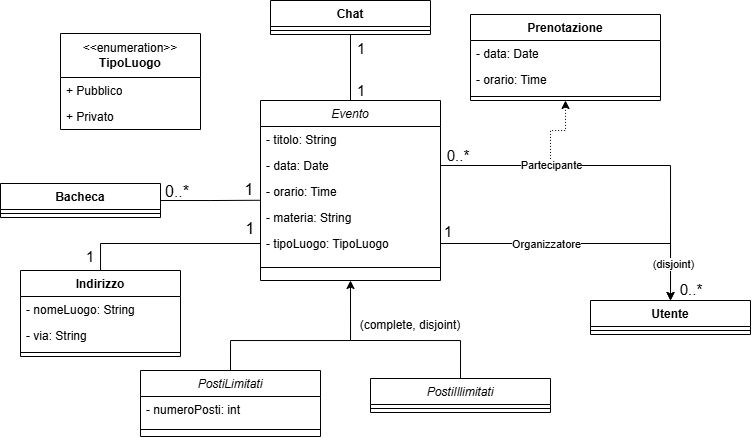
The draw.io diagram latex/images/modello-del-dominio-evento.png in federicoporpora/studyLink, before a commit. Source tidied: cells renumbered, new cells last; positions are measured from the earlier drawing's top-left corner, leaving out a move shared by most shapes.
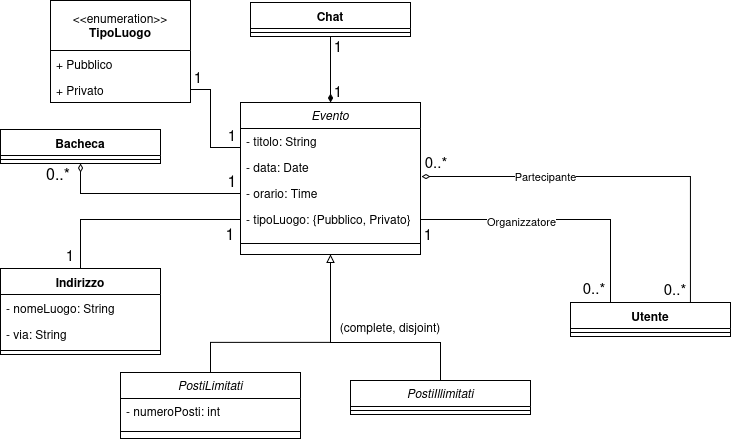
Later version of the same file.

What changed in the source:
```diff
@@ -11,43 +11,29 @@
         </Array>
       </mxGeometry>
     </mxCell>
-    <mxCell id="3" style="edgeStyle=orthogonalEdgeStyle;rounded=0;jettySize=auto;html=1;exitX=0.5;exitY=0;exitDx=0;exitDy=0;entryX=0.5;entryY=1;entryDx=0;entryDy=0;endArrow=none;endFill=0;" parent="1" edge="1" source="4" target="28">
-      <mxGeometry relative="1" as="geometry" />
-    </mxCell>
     <mxCell id="4" value="Evento" style="swimlane;fontStyle=2;align=center;verticalAlign=top;horizontal=1;startSize=26;rounded=0;shadow=0;strokeWidth=1;" parent="1" vertex="1">
-      <mxGeometry x="260" y="100" width="180" height="180" as="geometry" />
+      <mxGeometry x="260" y="100" width="180" height="152" as="geometry" />
     </mxCell>
     <mxCell id="5" value="- titolo: String" style="text;align=left;verticalAlign=top;spacingLeft=4;spacingRight=4;overflow=hidden;" parent="4" vertex="1">
       <mxGeometry y="26" width="180" height="26" as="geometry" />
     </mxCell>
-    <mxCell id="6" style="edgeStyle=orthogonalEdgeStyle;rounded=0;jettySize=auto;html=1;exitX=1;exitY=0.5;exitDx=0;exitDy=0;" parent="4" edge="1" source="8">
-      <mxGeometry relative="1" as="geometry">
-        <mxPoint x="410" y="200" as="targetPoint" />
-      </mxGeometry>
-    </mxCell>
-    <mxCell id="7" value="Partecipante" style="edgeLabel;html=1;align=center;verticalAlign=middle;" parent="6" vertex="1">
-      <mxGeometry x="-0.39" relative="1" as="geometry" />
-    </mxCell>
     <mxCell id="8" value="- data: Date" style="text;align=left;verticalAlign=top;spacingLeft=4;spacingRight=4;overflow=hidden;points=[[0,0.5],[1,0.5]];portConstraint=eastwest;rounded=0;shadow=0;html=0;" parent="4" vertex="1">
       <mxGeometry y="52" width="180" height="26" as="geometry" />
     </mxCell>
     <mxCell id="9" value="- orario: Time" style="text;align=left;verticalAlign=top;spacingLeft=4;spacingRight=4;overflow=hidden;points=[[0,0.5],[1,0.5]];portConstraint=eastwest;rounded=0;shadow=0;html=0;" parent="4" vertex="1">
       <mxGeometry y="78" width="180" height="26" as="geometry" />
     </mxCell>
-    <mxCell id="10" value="- materia: String" style="text;align=left;verticalAlign=top;spacingLeft=4;spacingRight=4;overflow=hidden;rounded=0;shadow=0;html=0;" parent="4" vertex="1">
-      <mxGeometry y="104" width="180" height="26" as="geometry" />
-    </mxCell>
-    <mxCell id="11" value="- tipoLuogo: TipoLuogo" style="text;align=left;verticalAlign=top;spacingLeft=4;spacingRight=4;overflow=hidden;points=[[0,0.5],[1,0.5]];portConstraint=eastwest;rounded=0;shadow=0;html=0;" parent="4" vertex="1">
-      <mxGeometry y="130" width="180" height="26" as="geometry" />
+    <mxCell id="11" value="- tipoLuogo: {Pubblico, Privato}" style="text;align=left;verticalAlign=top;spacingLeft=4;spacingRight=4;overflow=hidden;points=[[0,0.5],[1,0.5]];portConstraint=eastwest;rounded=0;shadow=0;html=0;" parent="4" vertex="1">
+      <mxGeometry y="104" width="180" height="26" as="geometry" />
     </mxCell>
     <mxCell id="12" style="line;html=1;strokeWidth=1;align=left;verticalAlign=middle;spacingTop=-1;spacingLeft=3;spacingRight=3;labelPosition=right;" parent="4" vertex="1">
-      <mxGeometry y="156" width="180" height="22" as="geometry" />
+      <mxGeometry y="130" width="180" height="22" as="geometry" />
     </mxCell>
     <mxCell id="13" style="edgeStyle=orthogonalEdgeStyle;rounded=0;jettySize=auto;html=1;entryX=0;entryY=0.5;entryDx=0;entryDy=0;endArrow=none;endFill=0;" parent="1" edge="1" source="14" target="11">
       <mxGeometry relative="1" as="geometry" />
     </mxCell>
     <mxCell id="14" value="Indirizzo" style="swimlane;fontStyle=1;align=center;verticalAlign=top;horizontal=1;startSize=26;whiteSpace=wrap;html=1;" parent="1" vertex="1">
-      <mxGeometry x="20" y="270" width="160" height="86" as="geometry" />
+      <mxGeometry x="20" y="266" width="160" height="86" as="geometry" />
     </mxCell>
     <mxCell id="15" value="- nomeLuogo: String" style="text;strokeColor=none;fillColor=none;align=left;verticalAlign=top;spacingLeft=4;spacingRight=4;overflow=hidden;whiteSpace=wrap;html=1;" parent="14" vertex="1">
       <mxGeometry y="26" width="160" height="26" as="geometry" />
@@ -58,11 +44,8 @@
     <mxCell id="17" style="line;strokeWidth=1;fillColor=none;align=left;verticalAlign=middle;spacingTop=-1;spacingLeft=3;spacingRight=3;labelPosition=right;strokeColor=inherit;" parent="14" vertex="1">
       <mxGeometry y="78" width="160" height="8" as="geometry" />
     </mxCell>
-    <mxCell id="18" style="edgeStyle=orthogonalEdgeStyle;rounded=0;jettySize=auto;html=1;endArrow=none;endFill=0;exitX=1;exitY=0.5;exitDx=0;exitDy=0;entryX=-0.004;entryY=0.837;entryDx=0;entryDy=0;entryPerimeter=0;" parent="1" edge="1" source="19" target="9">
-      <mxGeometry relative="1" as="geometry" />
-    </mxCell>
     <mxCell id="19" value="Bacheca" style="swimlane;fontStyle=1;align=center;verticalAlign=top;horizontal=1;startSize=26;whiteSpace=wrap;html=1;shadow=0;" parent="1" vertex="1">
-      <mxGeometry y="183" width="160" height="34" as="geometry" />
+      <mxGeometry x="20" y="127" width="160" height="34" as="geometry" />
     </mxCell>
     <mxCell id="20" style="line;strokeWidth=1;fillColor=none;align=left;verticalAlign=middle;spacingTop=-1;spacingLeft=3;spacingRight=3;labelPosition=right;strokeColor=inherit;" parent="19" vertex="1">
       <mxGeometry y="26" width="160" height="8" as="geometry" />
@@ -73,23 +56,9 @@
     <mxCell id="22" style="line;strokeWidth=1;fillColor=none;align=left;verticalAlign=middle;spacingTop=-1;spacingLeft=3;spacingRight=3;labelPosition=right;strokeColor=inherit;" parent="21" vertex="1">
       <mxGeometry y="26" width="160" height="8" as="geometry" />
     </mxCell>
-    <mxCell id="23" style="edgeStyle=orthogonalEdgeStyle;rounded=0;jettySize=auto;html=1;exitX=0.5;exitY=1;exitDx=0;exitDy=0;startArrow=classic;startFill=1;endArrow=none;endFill=0;dashed=1;dashPattern=1 2;" parent="1" edge="1" source="24">
-      <mxGeometry relative="1" as="geometry">
-        <mxPoint x="550" y="160" as="targetPoint" />
-      </mxGeometry>
-    </mxCell>
-    <mxCell id="24" value="&lt;font style=&quot;color: light-dark(rgb(0, 0, 0), rgb(255, 255, 255));&quot;&gt;Prenotazione&lt;/font&gt;" style="swimlane;fontStyle=1;align=center;verticalAlign=top;horizontal=1;startSize=26;whiteSpace=wrap;html=1;fontColor=light-dark(#000000,#FF0000);" parent="1" vertex="1">
-      <mxGeometry x="470" y="14" width="190" height="86" as="geometry" />
-    </mxCell>
-    <mxCell id="25" value="- data: Date" style="text;strokeColor=none;fillColor=none;align=left;verticalAlign=top;spacingLeft=4;spacingRight=4;overflow=hidden;whiteSpace=wrap;html=1;" parent="24" vertex="1">
-      <mxGeometry y="26" width="190" height="26" as="geometry" />
-    </mxCell>
-    <mxCell id="26" value="- orario: Time" style="text;align=left;verticalAlign=top;spacingLeft=4;spacingRight=4;overflow=hidden;rounded=0;shadow=0;html=0;" parent="24" vertex="1">
-      <mxGeometry y="52" width="190" height="26" as="geometry" />
-    </mxCell>
-    <mxCell id="27" style="line;strokeWidth=1;fillColor=none;align=left;verticalAlign=middle;spacingTop=-1;spacingLeft=3;spacingRight=3;labelPosition=right;strokeColor=inherit;" parent="24" vertex="1">
-      <mxGeometry y="78" width="190" height="8" as="geometry" />
-    </mxCell>
+    <mxCell id="52" style="edgeStyle=orthogonalEdgeStyle;rounded=0;jettySize=auto;html=1;exitX=0.5;exitY=1;exitDx=0;exitDy=0;endArrow=diamondThin;endFill=1;" parent="1" edge="1" source="28" target="4">
+      <mxGeometry relative="1" as="geometry" />
+    </mxCell>
     <mxCell id="28" value="Chat" style="swimlane;fontStyle=1;align=center;verticalAlign=top;horizontal=1;startSize=26;whiteSpace=wrap;html=1;" parent="1" vertex="1">
       <mxGeometry x="270" width="160" height="34" as="geometry" />
     </mxCell>
@@ -102,9 +71,8 @@
     <mxCell id="31" style="line;html=1;strokeWidth=1;align=left;verticalAlign=middle;spacingTop=-1;spacingLeft=3;spacingRight=3;labelPosition=right;" parent="30" vertex="1">
       <mxGeometry y="26" width="180" height="8" as="geometry" />
     </mxCell>
-    <mxCell id="32" style="edgeStyle=orthogonalEdgeStyle;rounded=0;jettySize=auto;html=1;exitX=0.5;exitY=0;exitDx=0;exitDy=0;" parent="1" edge="1" source="33">
+    <mxCell id="32" style="edgeStyle=orthogonalEdgeStyle;rounded=0;jettySize=auto;html=1;exitX=0.5;exitY=0;exitDx=0;exitDy=0;entryX=0.5;entryY=1;entryDx=0;entryDy=0;endArrow=block;endFill=0;" parent="1" edge="1" source="33" target="4">
       <mxGeometry relative="1" as="geometry">
-        <mxPoint x="350" y="280" as="targetPoint" />
         <Array as="points">
           <mxPoint x="230" y="340" />
           <mxPoint x="350" y="340" />
@@ -124,51 +92,73 @@
       <mxGeometry x="350" y="310" width="120" height="30" as="geometry" />
     </mxCell>
     <mxCell id="37" value="&lt;font style=&quot;font-size: 15px;&quot;&gt;1&lt;/font&gt;" style="text;html=1;whiteSpace=wrap;strokeColor=none;fillColor=none;align=center;verticalAlign=middle;rounded=0;" parent="1" vertex="1">
-      <mxGeometry x="60" y="241" width="60" height="30" as="geometry" />
+      <mxGeometry x="60" y="237" width="60" height="30" as="geometry" />
     </mxCell>
     <mxCell id="38" value="&lt;font style=&quot;font-size: 16px;&quot;&gt;1&lt;/font&gt;" style="text;html=1;whiteSpace=wrap;strokeColor=none;fillColor=none;align=center;verticalAlign=middle;rounded=0;" parent="1" vertex="1">
-      <mxGeometry x="220" y="213" width="60" height="30" as="geometry" />
+      <mxGeometry x="220" y="216" width="60" height="30" as="geometry" />
     </mxCell>
     <mxCell id="39" value="&lt;font style=&quot;font-size: 16px;&quot;&gt;0..*&lt;/font&gt;" style="text;html=1;whiteSpace=wrap;strokeColor=none;fillColor=none;align=center;verticalAlign=middle;rounded=0;" parent="1" vertex="1">
-      <mxGeometry x="147" y="176" width="60" height="30" as="geometry" />
+      <mxGeometry x="48" y="156" width="60" height="30" as="geometry" />
     </mxCell>
     <mxCell id="40" value="&lt;font style=&quot;font-size: 16px;&quot;&gt;1&lt;/font&gt;" style="text;html=1;whiteSpace=wrap;strokeColor=none;fillColor=none;align=center;verticalAlign=middle;rounded=0;" parent="1" vertex="1">
-      <mxGeometry x="219" y="174" width="60" height="30" as="geometry" />
+      <mxGeometry x="222" y="163" width="60" height="30" as="geometry" />
     </mxCell>
     <mxCell id="41" value="&lt;font style=&quot;font-size: 15px;&quot;&gt;1&lt;/font&gt;" style="text;html=1;whiteSpace=wrap;strokeColor=none;fillColor=none;align=center;verticalAlign=middle;rounded=0;" parent="1" vertex="1">
-      <mxGeometry x="331" y="33" width="60" height="30" as="geometry" />
+      <mxGeometry x="328" y="28" width="60" height="30" as="geometry" />
     </mxCell>
     <mxCell id="42" value="&lt;font style=&quot;font-size: 15px;&quot;&gt;1&lt;/font&gt;" style="text;html=1;whiteSpace=wrap;strokeColor=none;fillColor=none;align=center;verticalAlign=middle;rounded=0;" parent="1" vertex="1">
-      <mxGeometry x="331" y="75" width="60" height="30" as="geometry" />
+      <mxGeometry x="328" y="73" width="60" height="30" as="geometry" />
     </mxCell>
-    <mxCell id="43" style="edgeStyle=orthogonalEdgeStyle;rounded=0;jettySize=auto;html=1;exitX=1;exitY=0.5;exitDx=0;exitDy=0;" parent="1" edge="1" source="11" target="21">
+    <mxCell id="43" style="edgeStyle=orthogonalEdgeStyle;rounded=0;jettySize=auto;html=1;exitX=1;exitY=0.5;exitDx=0;exitDy=0;entryX=0.25;entryY=0;entryDx=0;entryDy=0;endArrow=none;endFill=0;" parent="1" edge="1" source="11" target="21">
       <mxGeometry relative="1" as="geometry" />
     </mxCell>
-    <mxCell id="44" value="(disjoint)" style="edgeLabel;html=1;align=center;verticalAlign=middle;" parent="43" vertex="1">
-      <mxGeometry x="0.81" y="3" relative="1" as="geometry">
-        <mxPoint y="-9" as="offset" />
-      </mxGeometry>
-    </mxCell>
     <mxCell id="45" value="Organizzatore" style="edgeLabel;html=1;align=center;verticalAlign=middle;" parent="43" vertex="1">
       <mxGeometry x="-0.27" y="-1" relative="1" as="geometry" />
     </mxCell>
     <mxCell id="46" value="&lt;font style=&quot;font-size: 15px;&quot;&gt;0..*&lt;/font&gt;" style="text;html=1;whiteSpace=wrap;strokeColor=none;fillColor=none;align=center;verticalAlign=middle;rounded=0;" parent="1" vertex="1">
-      <mxGeometry x="428" y="140" width="60" height="30" as="geometry" />
+      <mxGeometry x="426" y="144" width="60" height="30" as="geometry" />
     </mxCell>
     <mxCell id="47" value="&lt;font style=&quot;font-size: 15px;&quot;&gt;1&lt;/font&gt;" style="text;html=1;whiteSpace=wrap;strokeColor=none;fillColor=none;align=center;verticalAlign=middle;rounded=0;" parent="1" vertex="1">
       <mxGeometry x="418" y="216" width="60" height="30" as="geometry" />
     </mxCell>
-    <mxCell id="48" value="&lt;font style=&quot;font-size: 15px;&quot;&gt;0..*&lt;/font&gt;" style="text;html=1;whiteSpace=wrap;strokeColor=none;fillColor=none;align=center;verticalAlign=middle;rounded=0;" parent="1" vertex="1">
-      <mxGeometry x="661" y="274" width="60" height="30" as="geometry" />
-    </mxCell>
-    <mxCell id="49" value="&amp;lt;&amp;lt;enumeration&amp;gt;&amp;gt;&lt;div&gt;&lt;b&gt;TipoLuogo&lt;/b&gt;&lt;/div&gt;" style="swimlane;fontStyle=0;horizontal=1;startSize=44;fillColor=none;whiteSpace=wrap;html=1;" parent="1" vertex="1">
-      <mxGeometry x="60" y="33" width="140" height="96" as="geometry" />
+    <mxCell id="49" value="&amp;lt;&amp;lt;enumeration&amp;gt;&amp;gt;&lt;div&gt;&lt;b&gt;TipoLuogo&lt;/b&gt;&lt;/div&gt;" style="swimlane;fontStyle=0;horizontal=1;startSize=50;fillColor=none;whiteSpace=wrap;html=1;" parent="1" vertex="1">
+      <mxGeometry x="70" y="-2" width="140" height="102" as="geometry" />
     </mxCell>
     <mxCell id="50" value="+ Pubblico" style="text;strokeColor=none;fillColor=none;align=left;verticalAlign=top;spacingLeft=4;spacingRight=4;overflow=hidden;whiteSpace=wrap;html=1;" parent="49" vertex="1">
-      <mxGeometry y="44" width="140" height="26" as="geometry" />
+      <mxGeometry y="50" width="140" height="26" as="geometry" />
     </mxCell>
     <mxCell id="51" value="+ Privato" style="text;strokeColor=none;fillColor=none;align=left;verticalAlign=top;spacingLeft=4;spacingRight=4;overflow=hidden;points=[[0,0.5],[1,0.5]];portConstraint=eastwest;whiteSpace=wrap;html=1;" parent="49" vertex="1">
-      <mxGeometry y="70" width="140" height="26" as="geometry" />
+      <mxGeometry y="76" width="140" height="26" as="geometry" />
     </mxCell>
+    <mxCell id="53" style="edgeStyle=orthogonalEdgeStyle;rounded=0;jettySize=auto;html=1;exitX=1;exitY=0.5;exitDx=0;exitDy=0;entryX=0.017;entryY=-0.269;entryDx=0;entryDy=0;entryPerimeter=0;endArrow=none;endFill=0;" parent="1" edge="1" source="51">
+      <mxGeometry relative="1" as="geometry">
+        <mxPoint x="260.1" y="145" as="targetPoint" />
+        <Array as="points">
+          <mxPoint x="230" y="87" />
+          <mxPoint x="230" y="145" />
+        </Array>
+      </mxGeometry>
+    </mxCell>
+    <mxCell id="54" value="&lt;font style=&quot;font-size: 15px;&quot;&gt;1&lt;/font&gt;" style="text;html=1;whiteSpace=wrap;strokeColor=none;fillColor=none;align=center;verticalAlign=middle;rounded=0;" parent="1" vertex="1">
+      <mxGeometry x="222" y="117" width="60" height="30" as="geometry" />
+    </mxCell>
+    <mxCell id="55" value="&lt;font style=&quot;font-size: 15px;&quot;&gt;1&lt;/font&gt;" style="text;html=1;whiteSpace=wrap;strokeColor=none;fillColor=none;align=center;verticalAlign=middle;rounded=0;" parent="1" vertex="1">
+      <mxGeometry x="188" y="59" width="60" height="30" as="geometry" />
+    </mxCell>
+    <mxCell id="56" style="edgeStyle=orthogonalEdgeStyle;rounded=0;jettySize=auto;html=1;exitX=0.75;exitY=0;exitDx=0;exitDy=0;entryX=1.006;entryY=-0.154;entryDx=0;entryDy=0;entryPerimeter=0;endArrow=diamondThin;endFill=0;" parent="1" edge="1" source="21" target="9">
+      <mxGeometry relative="1" as="geometry" />
+    </mxCell>
+    <mxCell id="7" value="Partecipante" style="edgeLabel;html=1;align=center;verticalAlign=middle;" parent="56" vertex="1">
+      <mxGeometry x="0.38" relative="1" as="geometry" />
+    </mxCell>
+    <mxCell id="57" value="&lt;font style=&quot;font-size: 15px;&quot;&gt;0..*&lt;/font&gt;" style="text;html=1;whiteSpace=wrap;strokeColor=none;fillColor=none;align=center;verticalAlign=middle;rounded=0;" parent="1" vertex="1">
+      <mxGeometry x="584" y="270" width="60" height="30" as="geometry" />
+    </mxCell>
+    <mxCell id="58" value="&lt;font style=&quot;font-size: 15px;&quot;&gt;0..*&lt;/font&gt;" style="text;html=1;whiteSpace=wrap;strokeColor=none;fillColor=none;align=center;verticalAlign=middle;rounded=0;" parent="1" vertex="1">
+      <mxGeometry x="665" y="271" width="60" height="30" as="geometry" />
+    </mxCell>
+    <mxCell id="59" style="edgeStyle=orthogonalEdgeStyle;rounded=0;jettySize=auto;html=1;exitX=0;exitY=0.5;exitDx=0;exitDy=0;endArrow=diamondThin;endFill=0;" parent="1" edge="1" source="9" target="19">
+      <mxGeometry relative="1" as="geometry" />
+    </mxCell>
   </root>
 </mxGraphModel>
```
